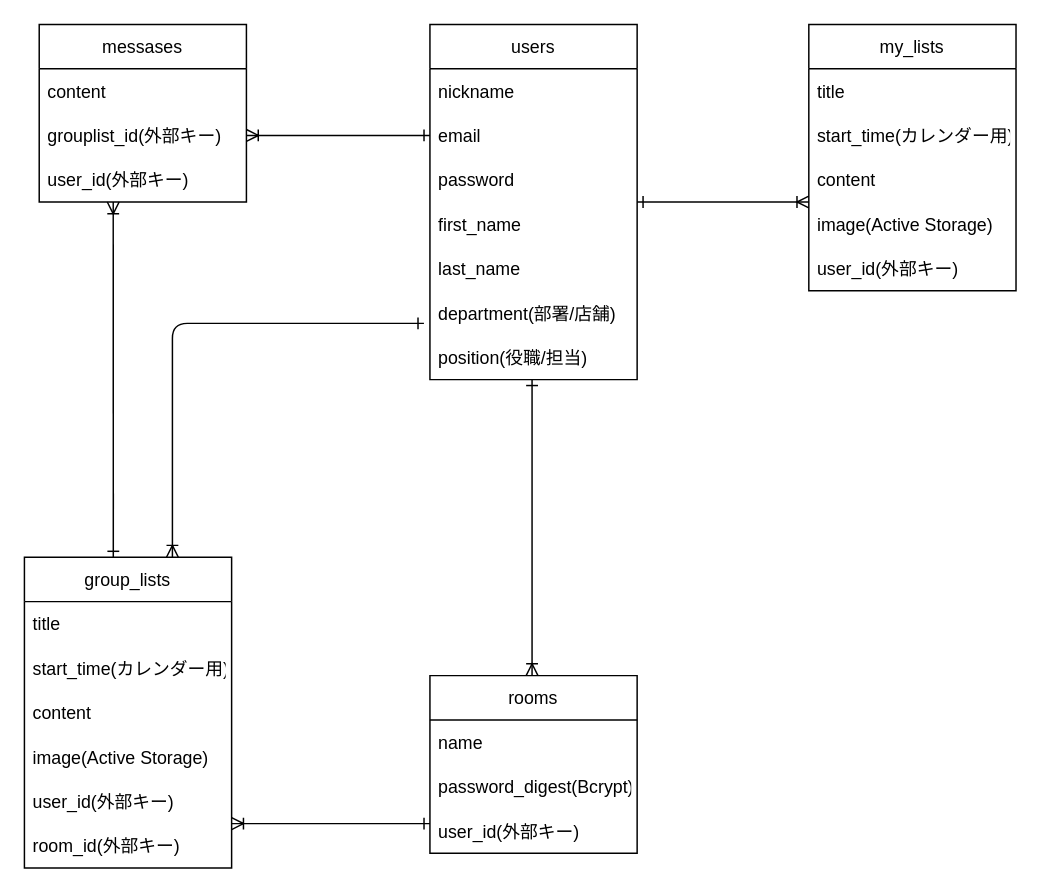
sskryu322/first-todo keeps this draw.io diagram as ER .dio. Above is the earlier version. Source tidied: cells renumbered, new cells numbered last; positions are measured from the earlier drawing's top-left corner, leaving out a move shared by most shapes. Both pictures are drawn from the tidied source at 148%, with x=0, y=0 at pixel (24, 24).
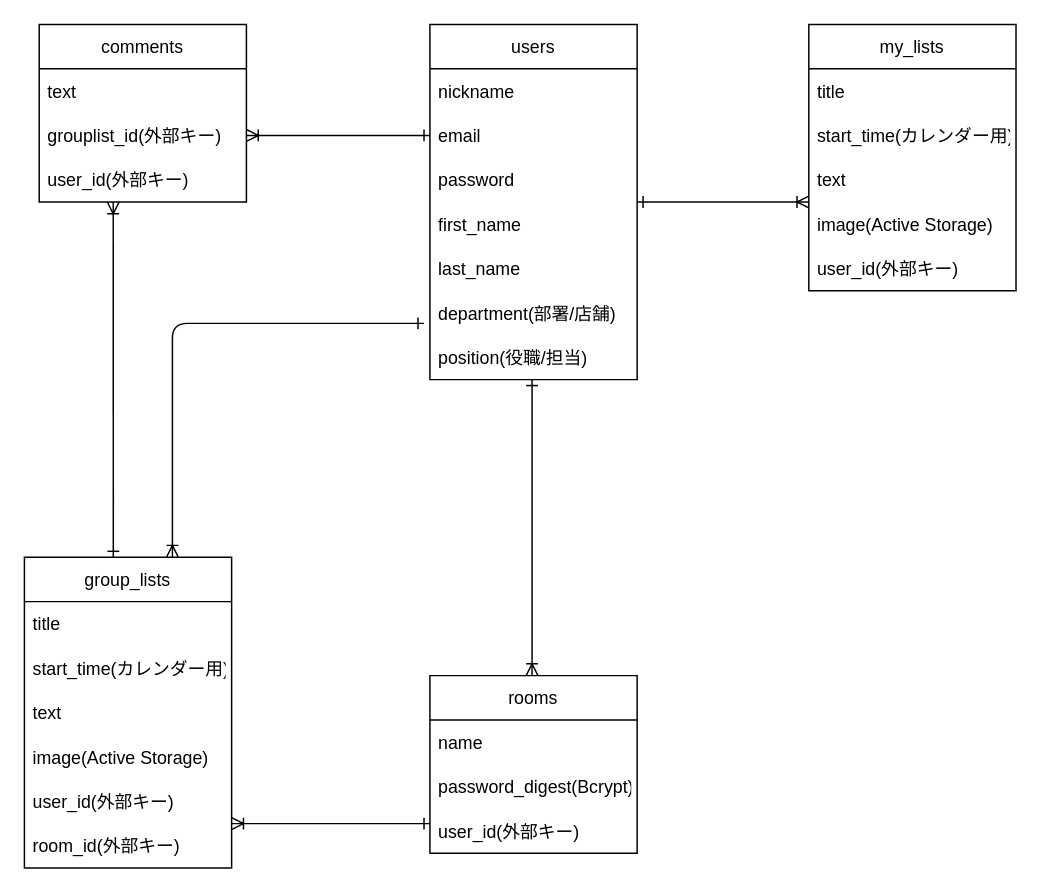
The same diagram, later.

The change refers to these unchanged cells:
```xml
<mxCell id="10" value="my_lists" style="swimlane;fontStyle=0;horizontal=1;startSize=30;" parent="1" vertex="1">
  <mxGeometry x="530" width="140" height="180" as="geometry" />
</mxCell>
<mxCell id="20" value="group_lists" style="swimlane;fontStyle=0;horizontal=1;startSize=30;" parent="1" vertex="1">
  <mxGeometry y="360" width="140" height="210" as="geometry" />
</mxCell>
```

What changed in the source:
```diff
@@
-    <mxCell id="13" value="content" style="text;strokeColor=none;fillColor=none;align=left;verticalAlign=middle;spacingLeft=4;spacingRight=4;overflow=hidden;" parent="10" vertex="1">
+    <mxCell id="13" value="text" style="text;strokeColor=none;fillColor=none;align=left;verticalAlign=middle;spacingLeft=4;spacingRight=4;overflow=hidden;" parent="10" vertex="1">
       <mxGeometry y="90" width="140" height="30" as="geometry" />
     </mxCell>
@@
-    <mxCell id="23" value="content" style="text;strokeColor=none;fillColor=none;align=left;verticalAlign=middle;spacingLeft=4;spacingRight=4;overflow=hidden;" parent="20" vertex="1">
+    <mxCell id="23" value="text" style="text;strokeColor=none;fillColor=none;align=left;verticalAlign=middle;spacingLeft=4;spacingRight=4;overflow=hidden;" parent="20" vertex="1">
       <mxGeometry y="90" width="140" height="30" as="geometry" />
     </mxCell>
@@
-    <mxCell id="27" value="messases" style="swimlane;fontStyle=0;horizontal=1;startSize=30;" parent="1" vertex="1">
+    <mxCell id="27" value="comments" style="swimlane;fontStyle=0;horizontal=1;startSize=30;" parent="1" vertex="1">
       <mxGeometry x="10" width="140" height="120" as="geometry" />
     </mxCell>
-    <mxCell id="28" value="content" style="text;strokeColor=none;fillColor=none;align=left;verticalAlign=middle;spacingLeft=4;spacingRight=4;overflow=hidden;" parent="27" vertex="1">
+    <mxCell id="28" value="text" style="text;strokeColor=none;fillColor=none;align=left;verticalAlign=middle;spacingLeft=4;spacingRight=4;overflow=hidden;" parent="27" vertex="1">
       <mxGeometry y="30" width="140" height="30" as="geometry" />
     </mxCell>
```
